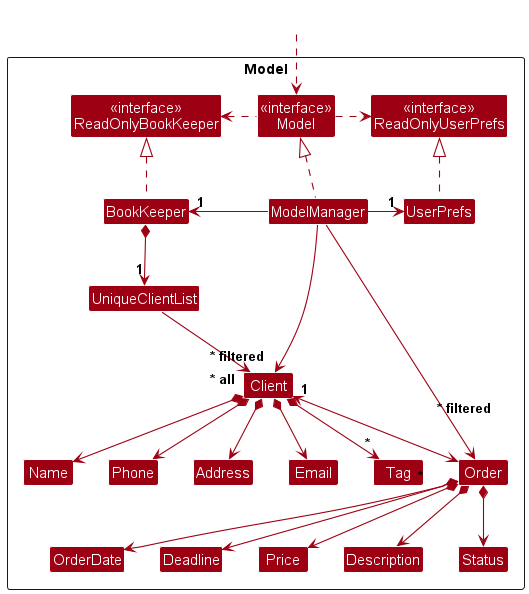
Above: docs/images/ModelClassDiagram.png in rertyy/tp (PlantUML), before the change. Its source is kept beside it as docs/diagrams/ModelClassDiagram.puml.
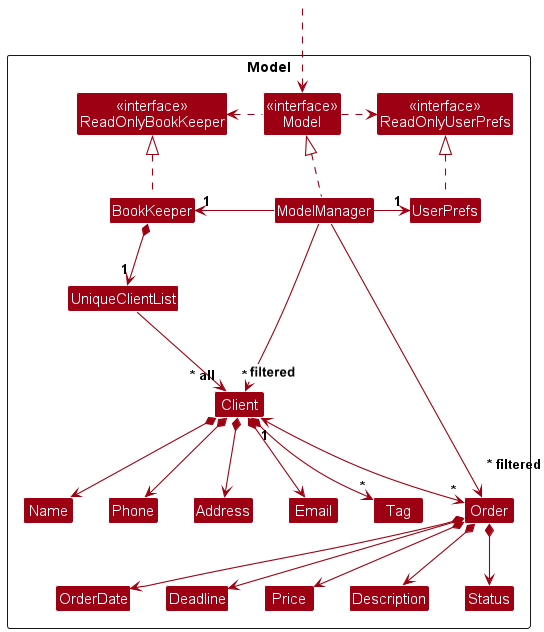
Later version of the same file.

The edit, as a diff of the source:
```diff
@@ -42,7 +42,7 @@
 ModelManager -right-> "1" UserPrefs
 UserPrefs .up.|> ReadOnlyUserPrefs
 
-BookKeeper *--> "1" UniqueClientList
+BookKeeper *--> "1filtered" UniqueClientList
 UniqueClientList --> "~* all" Client
 Client *--> Name
 Client *--> Phone
@@ -56,14 +56,17 @@
 Phone -[hidden]right-> Address
 Address -[hidden]right-> Email
 
-Client "1" <--> "~*\t\n\n\n\n\n" Order
+Client "1" <--> "*" Order: "    "
 
+Tag --[hidden]right--> Order : ""
 Order *--> OrderDate
 Order *--> Deadline
 Order *--> Price
 Order *--> Description
 Order *--> Status
 
-ModelManager --> "                                ~* filtered\n\n" Order
-ModelManager --> "      ~* filtered" Client
+Client -[hidden]up-> "~*filtered" I
+
+ModelManager --> "~* filtered\n" Order : "      "
+ModelManager --> "~*" Client : "  "
 @enduml
```
